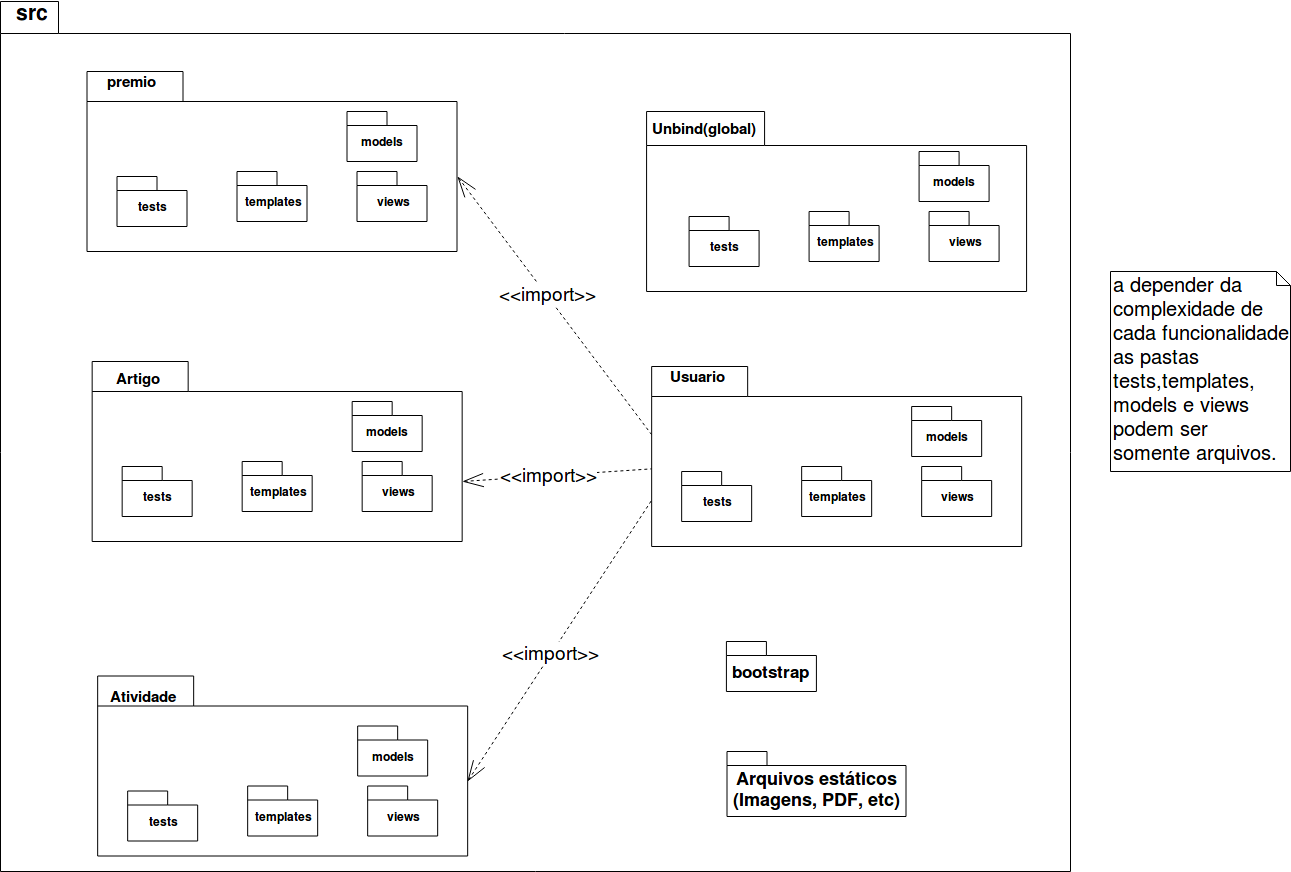
The draw.io diagram wiki/docs/modulo3/img/diagrama_de_pacotes.png in ads-unbind/unbind, before a commit. Source tidied: cells renumbered, new cells last; positions are measured from the earlier drawing's top-left corner, leaving out a move shared by most shapes.
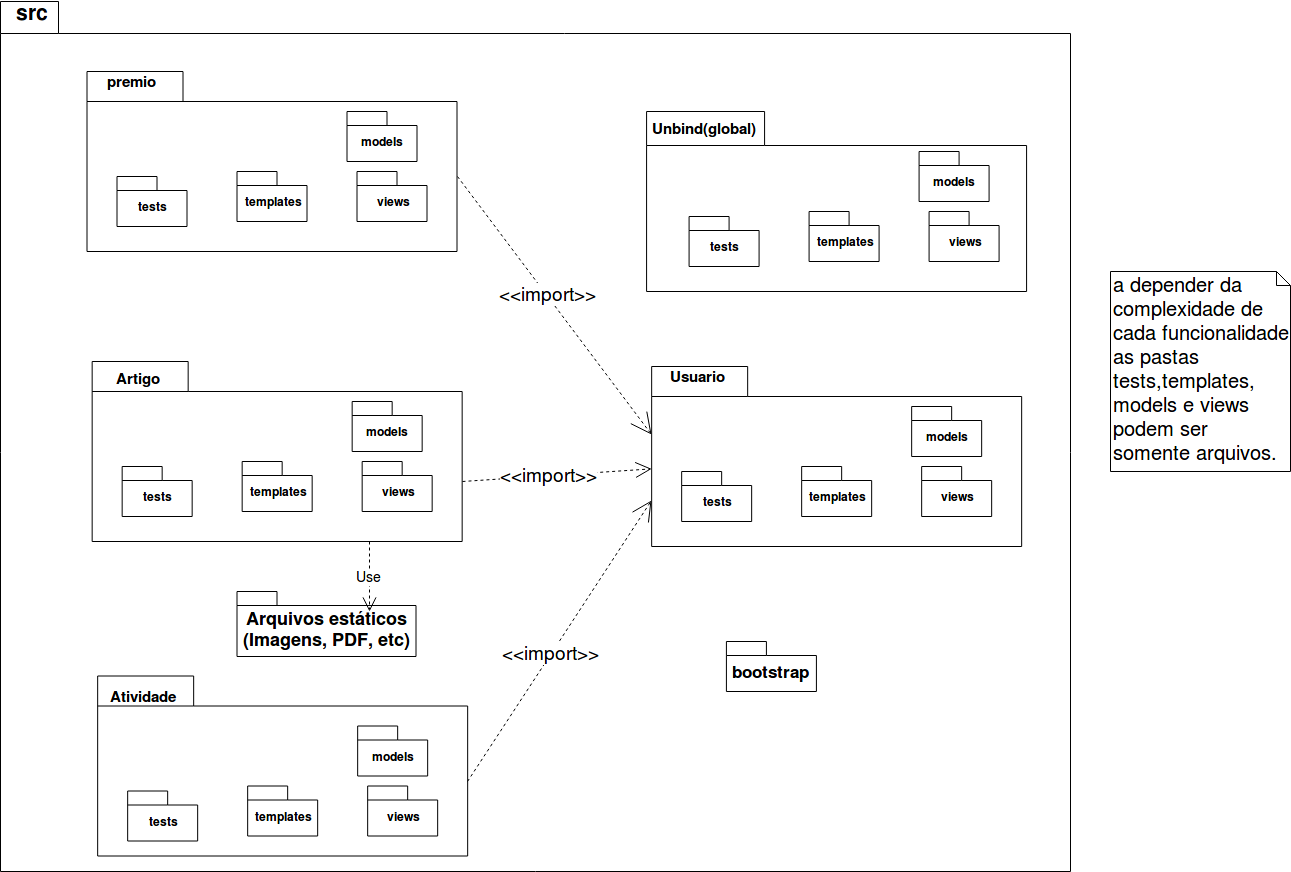
The same file after the commit.

Commit message:
diagrama de pacotes 1.3

Diff of the diagram source:
```diff
@@ -18,7 +18,7 @@
       <mxGeometry x="236.5" y="170" width="70" height="50" as="geometry" />
     </mxCell>
     <mxCell id="7" value="&lt;font style=&quot;font-size: 18px&quot;&gt;Arquivos estáticos&lt;br&gt;(Imagens, PDF, etc)&lt;br&gt;&lt;/font&gt;" style="shape=folder;fontStyle=1;spacingTop=10;tabWidth=40;tabHeight=14;tabPosition=left;html=1;" parent="1" vertex="1">
-      <mxGeometry x="726.5" y="750" width="179" height="65" as="geometry" />
+      <mxGeometry x="236.5" y="590" width="179" height="65" as="geometry" />
     </mxCell>
     <mxCell id="8" value="views" style="shape=folder;fontStyle=1;spacingTop=10;tabWidth=40;tabHeight=14;tabPosition=left;html=1;" parent="1" vertex="1">
       <mxGeometry x="356.5" y="170" width="70" height="50" as="geometry" />
@@ -104,7 +104,7 @@
     <mxCell id="35" value="&lt;b style=&quot;font-size: 15px&quot;&gt;Atividade&lt;/b&gt;" style="text;html=1;strokeColor=none;fillColor=none;align=center;verticalAlign=middle;whiteSpace=wrap;rounded=0;" parent="1" vertex="1">
       <mxGeometry x="122.2" y="684.5" width="40" height="20" as="geometry" />
     </mxCell>
-    <mxCell id="36" style="endArrow=none;dashed=1;html=1;startArrow=openThin;startFill=0;strokeWidth=1;endSize=6;startSize=19;exitX=0;exitY=0;exitDx=370;exitDy=105;exitPerimeter=0;entryX=0;entryY=0;entryDx=0;entryDy=67.5;entryPerimeter=0;" parent="1" edge="1" source="4" target="24">
+    <mxCell id="36" style="endArrow=open;dashed=1;html=1;startArrow=none;startFill=0;strokeWidth=1;endSize=19;startSize=19;exitX=0;exitY=0;exitDx=370;exitDy=105;exitPerimeter=0;entryX=0;entryY=0;entryDx=0;entryDy=67.5;entryPerimeter=0;endFill=0;" parent="1" edge="1" source="4" target="24">
       <mxGeometry relative="1" as="geometry" />
     </mxCell>
     <mxCell id="37" value="&lt;font style=&quot;font-size: 19px&quot;&gt;&amp;lt;&amp;lt;import&amp;gt;&amp;gt;&lt;/font&gt;" style="text;html=1;align=center;verticalAlign=middle;labelBackgroundColor=#ffffff;" parent="36" vertex="1">
@@ -113,17 +113,20 @@
     <mxCell id="38" value="&lt;font style=&quot;font-size: 20px&quot;&gt;a&lt;font style=&quot;font-size: 20px&quot;&gt; depender da complexidade de cada funcionalidade as pastas tests,templates, models e views podem ser somente arquivos.&lt;br&gt;&lt;/font&gt;&lt;/font&gt;" style="shape=note;whiteSpace=wrap;html=1;size=14;verticalAlign=top;align=left;spacingTop=-6;" parent="1" vertex="1">
       <mxGeometry x="1110" y="270" width="180" height="200" as="geometry" />
     </mxCell>
-    <mxCell id="39" style="endArrow=none;dashed=1;html=1;startArrow=openThin;startFill=0;strokeWidth=1;endSize=6;startSize=19;exitX=1.001;exitY=0.667;exitDx=0;exitDy=0;exitPerimeter=0;" parent="1" edge="1" source="12" target="24">
+    <mxCell id="39" style="endArrow=open;dashed=1;html=1;startArrow=none;startFill=0;strokeWidth=1;endSize=14;startSize=5;exitX=1.001;exitY=0.667;exitDx=0;exitDy=0;exitPerimeter=0;endFill=0;" parent="1" edge="1" source="12" target="24">
       <mxGeometry relative="1" as="geometry" />
     </mxCell>
     <mxCell id="40" value="&lt;font style=&quot;font-size: 19px&quot;&gt;&amp;lt;&amp;lt;import&amp;gt;&amp;gt;&lt;/font&gt;" style="text;html=1;align=center;verticalAlign=middle;labelBackgroundColor=#ffffff;" parent="39" vertex="1">
       <mxGeometry x="-0.09" y="1" relative="1" as="geometry" />
     </mxCell>
-    <mxCell id="41" style="endArrow=none;dashed=1;html=1;startArrow=openThin;startFill=0;strokeWidth=1;endSize=6;startSize=19;exitX=0;exitY=0;exitDx=370;exitDy=105;exitPerimeter=0;entryX=0;entryY=0.744;entryDx=0;entryDy=0;entryPerimeter=0;" parent="1" edge="1" source="30" target="24">
+    <mxCell id="41" style="endArrow=open;dashed=1;html=1;startArrow=none;startFill=0;strokeWidth=1;endSize=18;startSize=19;exitX=0;exitY=0;exitDx=370;exitDy=105;exitPerimeter=0;entryX=0;entryY=0.744;entryDx=0;entryDy=0;entryPerimeter=0;endFill=0;" parent="1" edge="1" source="30" target="24">
       <mxGeometry relative="1" as="geometry" />
     </mxCell>
     <mxCell id="42" value="&lt;font style=&quot;font-size: 19px&quot;&gt;&amp;lt;&amp;lt;import&amp;gt;&amp;gt;&lt;/font&gt;" style="text;html=1;align=center;verticalAlign=middle;labelBackgroundColor=#ffffff;" parent="41" vertex="1">
       <mxGeometry x="-0.09" y="1" relative="1" as="geometry" />
     </mxCell>
+    <mxCell id="43" value="Use" style="endArrow=open;endSize=12;dashed=1;html=1;strokeWidth=1;exitX=0.75;exitY=1;exitDx=0;exitDy=0;exitPerimeter=0;entryX=0.74;entryY=0.308;entryDx=0;entryDy=0;entryPerimeter=0;fontSize=14;" parent="1" edge="1" source="12" target="7">
+      <mxGeometry relative="1" as="geometry" />
+    </mxCell>
   </root>
 </mxGraphModel>
```
